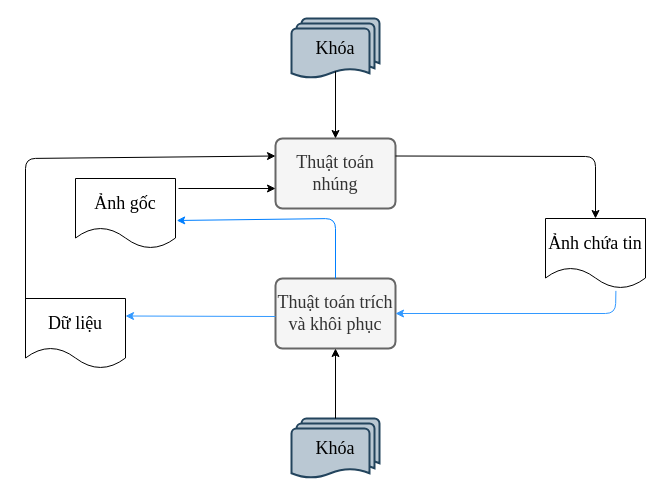
pophuong2610/hello keeps this draw.io diagram as page "Page-2" (2 of 6) of Untitled Diagram.drawio. Above is the earlier version. Source tidied: cells renumbered, new cells numbered last; positions are measured from the earlier drawing's top-left corner, leaving out a move shared by most shapes. Both pictures are drawn from the tidied source at 100%, with x=0, y=0 at pixel (25, 18).
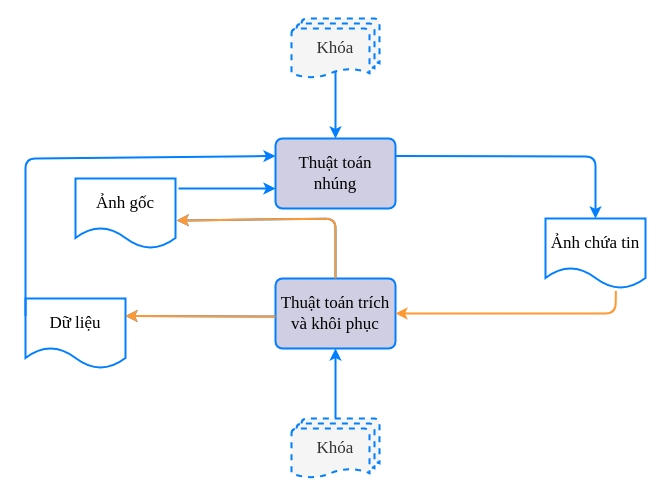
The same diagram, later.

The edit, as a diff of the source:
```diff
@@
-    <mxCell id="2" value="Ảnh gốc" style="shape=document;whiteSpace=wrap;html=1;boundedLbl=1;dashed=0;flipH=1;fontFamily=Times New Roman;fontSize=18;" parent="1" vertex="1">
+    <mxCell id="2" value="Ảnh gốc" style="shape=document;whiteSpace=wrap;html=1;boundedLbl=1;dashed=0;flipH=1;fontFamily=Times New Roman;fontSize=17;strokeWidth=2;strokeColor=#007FFF;" parent="1" vertex="1">
       <mxGeometry x="50" y="160" width="100" height="70" as="geometry" />
     </mxCell>
-    <mxCell id="3" value="Dữ liệu" style="shape=document;whiteSpace=wrap;html=1;boundedLbl=1;dashed=0;flipH=1;fontFamily=Times New Roman;fontSize=18;" parent="1" vertex="1">
+    <mxCell id="3" value="Dữ liệu" style="shape=document;whiteSpace=wrap;html=1;boundedLbl=1;dashed=0;flipH=1;fontFamily=Times New Roman;fontSize=17;strokeWidth=2;strokeColor=#007FFF;" parent="1" vertex="1">
       <mxGeometry y="280" width="100" height="70" as="geometry" />
     </mxCell>
-    <mxCell id="4" value="Ảnh chứa tin" style="shape=document;whiteSpace=wrap;html=1;boundedLbl=1;dashed=0;flipH=1;fontFamily=Times New Roman;fontSize=18;" parent="1" vertex="1">
+    <mxCell id="4" value="Ảnh chứa tin" style="shape=document;whiteSpace=wrap;html=1;boundedLbl=1;dashed=0;flipH=1;fontFamily=Times New Roman;fontSize=17;strokeWidth=2;strokeColor=#007FFF;" parent="1" vertex="1">
       <mxGeometry x="520" y="200" width="100" height="70" as="geometry" />
     </mxCell>
-    <mxCell id="5" value="Khóa" style="strokeWidth=2;html=1;shape=mxgraph.flowchart.multi-document;whiteSpace=wrap;fontFamily=Times New Roman;fontSize=18;fillColor=#bac8d3;strokeColor=#23445d;" parent="1" vertex="1">
+    <mxCell id="5" value="Khóa" style="strokeWidth=2;html=1;shape=mxgraph.flowchart.multi-document;whiteSpace=wrap;fontFamily=Times New Roman;fontSize=17;fillColor=#f5f5f5;dashed=1;fontColor=#333333;strokeColor=#007FFF;" parent="1" vertex="1">
       <mxGeometry x="266" width="88" height="60" as="geometry" />
     </mxCell>
-    <mxCell id="6" value="Khóa" style="strokeWidth=2;html=1;shape=mxgraph.flowchart.multi-document;whiteSpace=wrap;fontFamily=Times New Roman;fontSize=18;fillColor=#bac8d3;strokeColor=#23445d;" parent="1" vertex="1">
+    <mxCell id="6" value="Khóa" style="strokeWidth=2;html=1;shape=mxgraph.flowchart.multi-document;whiteSpace=wrap;fontFamily=Times New Roman;fontSize=17;fillColor=#f5f5f5;dashed=1;fontColor=#333333;strokeColor=#007FFF;" parent="1" vertex="1">
       <mxGeometry x="266" y="400" width="88" height="60" as="geometry" />
     </mxCell>
-    <mxCell id="7" value="Thuật toán trích và khôi phục" style="rounded=1;whiteSpace=wrap;html=1;absoluteArcSize=1;arcSize=14;strokeWidth=2;fontFamily=Times New Roman;fontSize=18;fillColor=#f5f5f5;strokeColor=#666666;fontColor=#333333;" parent="1" vertex="1">
+    <mxCell id="7" value="Thuật toán trích và khôi phục" style="rounded=1;whiteSpace=wrap;html=1;absoluteArcSize=1;arcSize=14;strokeWidth=2;fontFamily=Times New Roman;fontSize=17;fillColor=#d0cee2;strokeColor=#007FFF;" parent="1" vertex="1">
       <mxGeometry x="250" y="260" width="120" height="70" as="geometry" />
     </mxCell>
-    <mxCell id="8" value="Thuật toán nhúng" style="rounded=1;whiteSpace=wrap;html=1;absoluteArcSize=1;arcSize=14;strokeWidth=2;fontFamily=Times New Roman;fontSize=18;fillColor=#f5f5f5;strokeColor=#666666;fontColor=#333333;" parent="1" vertex="1">
+    <mxCell id="8" value="Thuật toán nhúng" style="rounded=1;whiteSpace=wrap;html=1;absoluteArcSize=1;arcSize=14;strokeWidth=2;fontFamily=Times New Roman;fontSize=17;fillColor=#d0cee2;strokeColor=#007FFF;" parent="1" vertex="1">
       <mxGeometry x="250" y="120" width="120" height="70" as="geometry" />
     </mxCell>
-    <mxCell id="9" style="endArrow=classic;html=1;fontFamily=Times New Roman;fontSize=18;" parent="1" edge="1">
+    <mxCell id="9" style="endArrow=classic;html=1;fontFamily=Times New Roman;fontSize=17;strokeWidth=2;strokeColor=#007FFF;" parent="1" edge="1">
       <mxGeometry relative="1" as="geometry">
         <mxPoint x="153" y="170" as="sourcePoint" />
         <mxPoint x="250" y="170" as="targetPoint" />
       </mxGeometry>
     </mxCell>
-    <mxCell id="10" style="endArrow=classic;html=1;fontFamily=Times New Roman;fontSize=18;entryX=0.5;entryY=0;entryDx=0;entryDy=0;exitX=0.5;exitY=0.88;exitDx=0;exitDy=0;exitPerimeter=0;" parent="1" edge="1" source="5" target="8">
+    <mxCell id="10" style="endArrow=classic;html=1;fontFamily=Times New Roman;fontSize=17;entryX=0.5;entryY=0;entryDx=0;entryDy=0;exitX=0.5;exitY=0.88;exitDx=0;exitDy=0;exitPerimeter=0;strokeWidth=2;strokeColor=#007FFF;" parent="1" edge="1" source="5" target="8">
       <mxGeometry relative="1" as="geometry" />
     </mxCell>
-    <mxCell id="11" style="endArrow=classic;html=1;fontFamily=Times New Roman;fontSize=18;entryX=1;entryY=0.5;entryDx=0;entryDy=0;exitX=0.296;exitY=1.034;exitDx=0;exitDy=0;exitPerimeter=0;strokeColor=#3399FF;" parent="1" edge="1" source="4" target="7">
+    <mxCell id="11" style="endArrow=classic;html=1;fontFamily=Times New Roman;fontSize=17;entryX=1;entryY=0.5;entryDx=0;entryDy=0;exitX=0.296;exitY=1.034;exitDx=0;exitDy=0;exitPerimeter=0;strokeWidth=2;strokeColor=#FF9933;" parent="1" edge="1" source="4" target="7">
       <mxGeometry relative="1" as="geometry">
         <Array as="points">
           <mxPoint x="590" y="295" />
         </Array>
       </mxGeometry>
     </mxCell>
-    <mxCell id="12" style="endArrow=classic;html=1;fontFamily=Times New Roman;fontSize=18;exitX=0;exitY=0.25;exitDx=0;exitDy=0;entryX=0;entryY=0.25;entryDx=0;entryDy=0;" parent="1" edge="1" source="3" target="8">
+    <mxCell id="12" style="endArrow=classic;html=1;fontFamily=Times New Roman;fontSize=17;exitX=0;exitY=0.25;exitDx=0;exitDy=0;entryX=0;entryY=0.25;entryDx=0;entryDy=0;strokeWidth=2;strokeColor=#007FFF;" parent="1" edge="1" source="3" target="8">
       <mxGeometry relative="1" as="geometry">
         <Array as="points">
           <mxPoint y="140" />
         </Array>
       </mxGeometry>
     </mxCell>
-    <mxCell id="13" style="endArrow=classic;html=1;fontFamily=Times New Roman;fontSize=18;strokeColor=#007FFF;exitX=0.5;exitY=0;exitDx=0;exitDy=0;entryX=-0.012;entryY=0.6;entryDx=0;entryDy=0;entryPerimeter=0;" parent="1" edge="1" source="7" target="2">
+    <mxCell id="13" style="endArrow=classic;html=1;fontFamily=Times New Roman;fontSize=17;exitX=0.5;exitY=0;exitDx=0;exitDy=0;entryX=-0.012;entryY=0.6;entryDx=0;entryDy=0;entryPerimeter=0;strokeWidth=2;strokeColor=#007FFF;" parent="1" edge="1" source="7" target="2">
       <mxGeometry relative="1" as="geometry">
         <Array as="points">
           <mxPoint x="310" y="200" />
         </Array>
       </mxGeometry>
     </mxCell>
-    <mxCell id="14" style="endArrow=classic;html=1;fontFamily=Times New Roman;fontSize=18;entryX=1;entryY=0.25;entryDx=0;entryDy=0;strokeColor=#3399FF;" parent="1" edge="1" target="3">
+    <mxCell id="14" style="endArrow=classic;html=1;fontFamily=Times New Roman;fontSize=17;entryX=1;entryY=0.25;entryDx=0;entryDy=0;strokeWidth=2;strokeColor=#007FFF;" parent="1" edge="1" target="3">
       <mxGeometry relative="1" as="geometry">
         <mxPoint x="250" y="298" as="sourcePoint" />
       </mxGeometry>
     </mxCell>
-    <mxCell id="15" style="endArrow=classic;html=1;fontFamily=Times New Roman;fontSize=18;exitX=1;exitY=0.25;exitDx=0;exitDy=0;entryX=0.5;entryY=0;entryDx=0;entryDy=0;" parent="1" edge="1" source="8" target="4">
+    <mxCell id="15" style="endArrow=classic;html=1;fontFamily=Times New Roman;fontSize=17;exitX=1;exitY=0.25;exitDx=0;exitDy=0;entryX=0.5;entryY=0;entryDx=0;entryDy=0;strokeWidth=2;strokeColor=#007FFF;" parent="1" edge="1" source="8" target="4">
       <mxGeometry relative="1" as="geometry">
         <Array as="points">
           <mxPoint x="570" y="138" />
         </Array>
       </mxGeometry>
     </mxCell>
-    <mxCell id="16" style="endArrow=classic;html=1;fontFamily=Times New Roman;fontSize=18;entryX=0.5;entryY=1;entryDx=0;entryDy=0;exitX=0.5;exitY=0;exitDx=0;exitDy=0;exitPerimeter=0;" parent="1" edge="1" source="6" target="7">
+    <mxCell id="16" style="endArrow=classic;html=1;fontFamily=Times New Roman;fontSize=17;entryX=0.5;entryY=1;entryDx=0;entryDy=0;exitX=0.5;exitY=0;exitDx=0;exitDy=0;exitPerimeter=0;strokeWidth=2;strokeColor=#007FFF;" parent="1" edge="1" source="6" target="7">
       <mxGeometry relative="1" as="geometry" />
     </mxCell>
+    <mxCell id="17" style="endArrow=classic;html=1;fontFamily=Times New Roman;fontSize=17;exitX=0.5;exitY=0;exitDx=0;exitDy=0;entryX=-0.012;entryY=0.6;entryDx=0;entryDy=0;entryPerimeter=0;strokeWidth=2;strokeColor=#FF9933;" parent="1" edge="1">
+      <mxGeometry relative="1" as="geometry">
+        <mxPoint x="310" y="260" as="sourcePoint" />
+        <mxPoint x="151.2" y="202" as="targetPoint" />
+        <Array as="points">
+          <mxPoint x="310" y="200" />
+        </Array>
+      </mxGeometry>
+    </mxCell>
+    <mxCell id="18" style="endArrow=classic;html=1;fontFamily=Times New Roman;fontSize=17;entryX=1;entryY=0.25;entryDx=0;entryDy=0;strokeWidth=2;strokeColor=#FF9933;" parent="1" edge="1">
+      <mxGeometry relative="1" as="geometry">
+        <mxPoint x="250" y="298" as="sourcePoint" />
+        <mxPoint x="100" y="297.5" as="targetPoint" />
+      </mxGeometry>
+    </mxCell>
```
